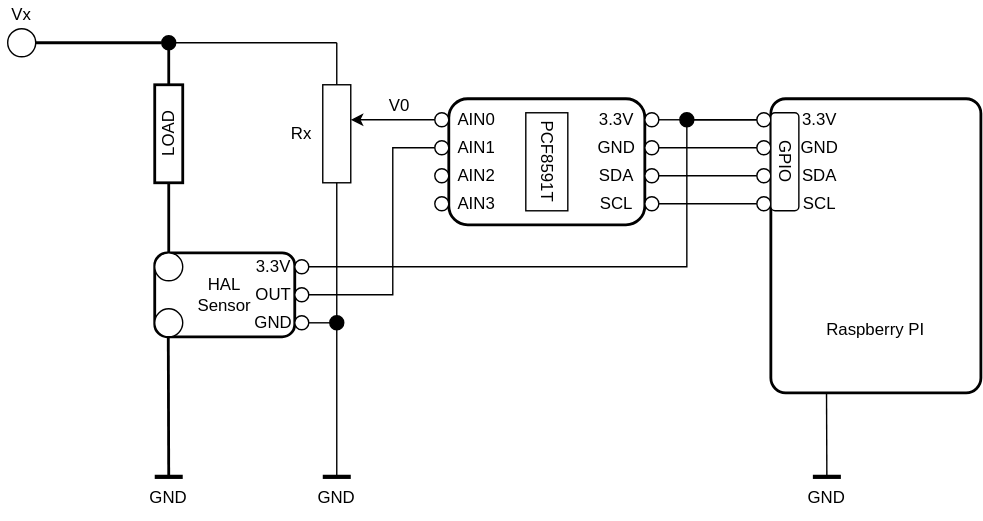
Above: rpi-voltage-current/docs/rpi-voltage-current-reference.drawio.svg in jveverka/rpi-projects (draw.io), before the change. Source tidied: cells renumbered, new cells last; positions are measured from the earlier drawing's top-left corner, leaving out a move shared by most shapes.
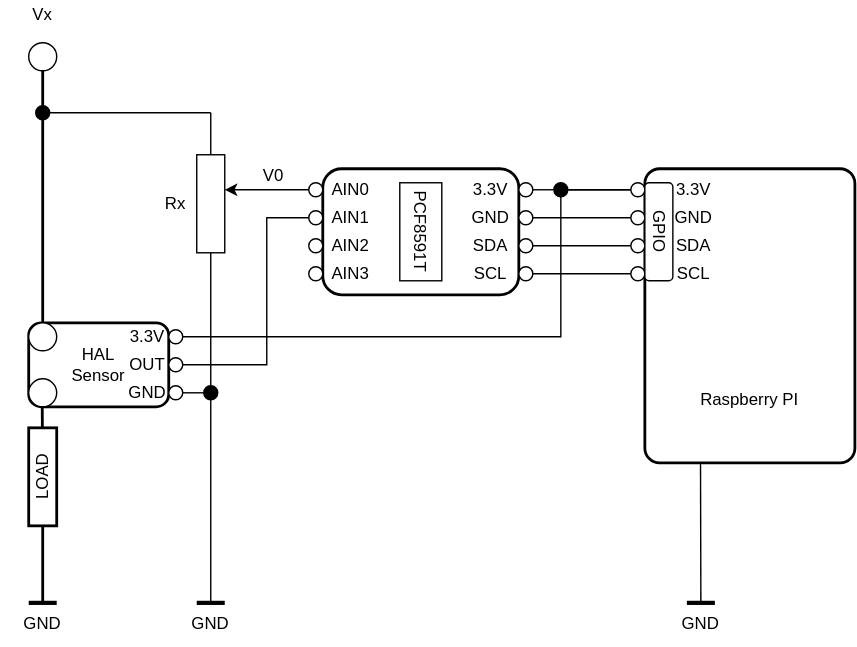
The same diagram one commit later.

What changed in the source:
```diff
@@ -11,10 +11,8 @@
     <mxCell id="4" style="rounded=1;whiteSpace=wrap;html=1;strokeWidth=2;" parent="1" vertex="1">
       <mxGeometry x="320" y="70" width="140" height="90" as="geometry" />
     </mxCell>
-    <mxCell id="5" style="endArrow=none;html=1;rounded=0;entryX=0.5;entryY=1;entryDx=0;entryDy=0;exitX=0.5;exitY=0;exitDx=0;exitDy=0;" parent="1" edge="1" target="3">
-      <mxGeometry relative="1" as="geometry">
-        <mxPoint x="240" y="340" as="sourcePoint" />
-      </mxGeometry>
+    <mxCell id="5" style="endArrow=none;html=1;rounded=0;entryX=0.5;entryY=1;entryDx=0;entryDy=0;exitX=0.5;exitY=0;exitDx=0;exitDy=0;" parent="1" edge="1" source="21" target="3">
+      <mxGeometry relative="1" as="geometry" />
     </mxCell>
     <mxCell id="6" style="ellipse;whiteSpace=wrap;html=1;" parent="1" vertex="1">
       <mxGeometry x="310" y="80" width="10" height="10" as="geometry" />
@@ -62,12 +60,12 @@
     </mxCell>
     <mxCell id="20" style="endArrow=none;html=1;rounded=0;strokeWidth=3;" parent="1" edge="1">
       <mxGeometry relative="1" as="geometry">
-        <mxPoint x="230" y="340" as="sourcePoint" />
-        <mxPoint x="250" y="340" as="targetPoint" />
+        <mxPoint x="230" y="380" as="sourcePoint" />
+        <mxPoint x="250" y="380" as="targetPoint" />
       </mxGeometry>
     </mxCell>
     <mxCell id="21" value="GND" style="text;html=1;strokeColor=none;fillColor=none;align=center;verticalAlign=middle;whiteSpace=wrap;rounded=0;" parent="1" vertex="1">
-      <mxGeometry x="210" y="340" width="60" height="30" as="geometry" />
+      <mxGeometry x="210" y="380" width="60" height="30" as="geometry" />
     </mxCell>
     <mxCell id="22" style="endArrow=none;html=1;rounded=0;strokeWidth=1;exitX=0.5;exitY=0;exitDx=0;exitDy=0;" parent="1" edge="1" source="3">
       <mxGeometry relative="1" as="geometry">
@@ -75,7 +73,7 @@
       </mxGeometry>
     </mxCell>
     <mxCell id="23" style="ellipse;whiteSpace=wrap;html=1;" parent="1" vertex="1">
-      <mxGeometry x="5" y="20" width="20" height="20" as="geometry" />
+      <mxGeometry x="110" y="-20" width="20" height="20" as="geometry" />
     </mxCell>
     <mxCell id="24" style="endArrow=none;html=1;rounded=0;strokeWidth=1;exitX=1;exitY=0.5;exitDx=0;exitDy=0;startArrow=none;" parent="1" edge="1" source="65">
       <mxGeometry relative="1" as="geometry">
@@ -83,7 +81,7 @@
       </mxGeometry>
     </mxCell>
     <mxCell id="25" value="Vx" style="text;html=1;strokeColor=none;fillColor=none;align=center;verticalAlign=middle;whiteSpace=wrap;rounded=0;" parent="1" vertex="1">
-      <mxGeometry width="30" height="20" as="geometry" />
+      <mxGeometry x="105" y="-50" width="30" height="20" as="geometry" />
     </mxCell>
     <mxCell id="26" style="ellipse;whiteSpace=wrap;html=1;" parent="1" vertex="1">
       <mxGeometry x="540" y="80" width="10" height="10" as="geometry" />
@@ -151,9 +149,6 @@
     <mxCell id="47" style="ellipse;whiteSpace=wrap;html=1;" parent="1" vertex="1">
       <mxGeometry x="110" y="180" width="20" height="20" as="geometry" />
     </mxCell>
-    <mxCell id="48" value="LOAD" style="rounded=0;whiteSpace=wrap;html=1;rotation=-90;strokeWidth=2;" parent="1" vertex="1">
-      <mxGeometry x="85" y="85" width="70" height="20" as="geometry" />
-    </mxCell>
     <mxCell id="49" style="ellipse;whiteSpace=wrap;html=1;" parent="1" vertex="1">
       <mxGeometry x="110" y="220" width="20" height="20" as="geometry" />
     </mxCell>
@@ -172,23 +167,22 @@
     <mxCell id="54" value="GND" style="text;html=1;strokeColor=none;fillColor=none;align=center;verticalAlign=middle;whiteSpace=wrap;rounded=0;" parent="1" vertex="1">
       <mxGeometry x="180" y="220" width="30" height="20" as="geometry" />
     </mxCell>
-    <mxCell id="55" style="endArrow=none;html=1;rounded=0;entryX=0;entryY=0.5;entryDx=0;entryDy=0;strokeWidth=2;" parent="1" edge="1" source="47" target="48">
+    <mxCell id="55" style="endArrow=none;html=1;rounded=0;entryX=0.5;entryY=1;entryDx=0;entryDy=0;strokeWidth=2;" parent="1" edge="1" source="47" target="65">
       <mxGeometry relative="1" as="geometry" />
     </mxCell>
-    <mxCell id="56" style="endArrow=none;html=1;rounded=0;entryX=0;entryY=0.5;entryDx=0;entryDy=0;strokeWidth=2;" parent="1" edge="1">
+    <mxCell id="56" style="endArrow=none;html=1;rounded=0;entryX=0;entryY=0.5;entryDx=0;entryDy=0;strokeWidth=2;startArrow=none;" parent="1" edge="1" source="48">
       <mxGeometry relative="1" as="geometry">
-        <mxPoint x="120" y="340" as="sourcePoint" />
         <mxPoint x="119.7" y="240" as="targetPoint" />
       </mxGeometry>
     </mxCell>
     <mxCell id="57" style="endArrow=none;html=1;rounded=0;strokeWidth=3;" parent="1" edge="1">
       <mxGeometry relative="1" as="geometry">
-        <mxPoint x="110" y="340" as="sourcePoint" />
-        <mxPoint x="130" y="340" as="targetPoint" />
+        <mxPoint x="110" y="380" as="sourcePoint" />
+        <mxPoint x="130" y="380" as="targetPoint" />
       </mxGeometry>
     </mxCell>
     <mxCell id="58" value="GND" style="text;html=1;strokeColor=none;fillColor=none;align=center;verticalAlign=middle;whiteSpace=wrap;rounded=0;" parent="1" vertex="1">
-      <mxGeometry x="90" y="340" width="60" height="30" as="geometry" />
+      <mxGeometry x="90" y="380" width="60" height="30" as="geometry" />
     </mxCell>
     <mxCell id="59" value="OUT" style="text;html=1;strokeColor=none;fillColor=none;align=center;verticalAlign=middle;whiteSpace=wrap;rounded=0;" parent="1" vertex="1">
       <mxGeometry x="180" y="200" width="30" height="20" as="geometry" />
@@ -212,16 +206,13 @@
         </Array>
       </mxGeometry>
     </mxCell>
-    <mxCell id="64" style="endArrow=none;html=1;rounded=0;exitX=1;exitY=0.5;exitDx=0;exitDy=0;strokeWidth=2;" parent="1" edge="1" source="48">
-      <mxGeometry relative="1" as="geometry">
-        <mxPoint x="120" y="30" as="targetPoint" />
-      </mxGeometry>
-    </mxCell>
     <mxCell id="65" style="ellipse;whiteSpace=wrap;html=1;fillColor=#000000;" parent="1" vertex="1">
       <mxGeometry x="115" y="25" width="10" height="10" as="geometry" />
     </mxCell>
-    <mxCell id="66" style="endArrow=none;html=1;rounded=0;strokeWidth=2;exitX=1;exitY=0.5;exitDx=0;exitDy=0;" parent="1" edge="1" source="23" target="65">
-      <mxGeometry relative="1" as="geometry" />
+    <mxCell id="66" style="endArrow=none;html=1;rounded=0;strokeWidth=2;" parent="1" edge="1" target="65">
+      <mxGeometry relative="1" as="geometry">
+        <mxPoint x="120" as="sourcePoint" />
+      </mxGeometry>
     </mxCell>
     <mxCell id="67" style="endArrow=none;html=1;rounded=0;strokeWidth=1;exitX=1;exitY=0.5;exitDx=0;exitDy=0;entryX=0;entryY=0.5;entryDx=0;entryDy=0;" parent="1" edge="1" source="50" target="26">
       <mxGeometry relative="1" as="geometry">
@@ -237,19 +228,23 @@
     <mxCell id="69" style="endArrow=none;html=1;rounded=0;strokeWidth=1;entryX=0;entryY=0.5;entryDx=0;entryDy=0;exitX=1;exitY=0.5;exitDx=0;exitDy=0;" parent="1" edge="1" source="16" target="68">
       <mxGeometry relative="1" as="geometry" />
     </mxCell>
-    <mxCell id="70" style="endArrow=none;html=1;rounded=0;strokeWidth=1;entryX=0.265;entryY=0.998;entryDx=0;entryDy=0;entryPerimeter=0;" parent="1" edge="1" target="2">
-      <mxGeometry relative="1" as="geometry">
-        <mxPoint x="590" y="340" as="sourcePoint" />
-      </mxGeometry>
+    <mxCell id="70" style="endArrow=none;html=1;rounded=0;strokeWidth=1;entryX=0.265;entryY=0.998;entryDx=0;entryDy=0;entryPerimeter=0;exitX=0.5;exitY=0;exitDx=0;exitDy=0;" parent="1" edge="1" source="72" target="2">
+      <mxGeometry relative="1" as="geometry" />
     </mxCell>
     <mxCell id="71" style="endArrow=none;html=1;rounded=0;strokeWidth=3;" parent="1" edge="1">
       <mxGeometry relative="1" as="geometry">
-        <mxPoint x="580" y="340" as="sourcePoint" />
-        <mxPoint x="600" y="340" as="targetPoint" />
+        <mxPoint x="580" y="380" as="sourcePoint" />
+        <mxPoint x="600" y="380" as="targetPoint" />
       </mxGeometry>
     </mxCell>
     <mxCell id="72" value="GND" style="text;html=1;strokeColor=none;fillColor=none;align=center;verticalAlign=middle;whiteSpace=wrap;rounded=0;" parent="1" vertex="1">
-      <mxGeometry x="560" y="340" width="60" height="30" as="geometry" />
+      <mxGeometry x="560" y="380" width="60" height="30" as="geometry" />
     </mxCell>
+    <mxCell id="48" value="LOAD" style="rounded=0;whiteSpace=wrap;html=1;rotation=-90;strokeWidth=2;" parent="1" vertex="1">
+      <mxGeometry x="85" y="280" width="70" height="20" as="geometry" />
+    </mxCell>
+    <mxCell id="73" style="endArrow=none;html=1;rounded=0;entryX=0;entryY=0.5;entryDx=0;entryDy=0;strokeWidth=2;exitX=0.5;exitY=0;exitDx=0;exitDy=0;" parent="1" edge="1" source="58" target="48">
+      <mxGeometry relative="1" as="geometry" />
+    </mxCell>
   </root>
 </mxGraphModel>
```
